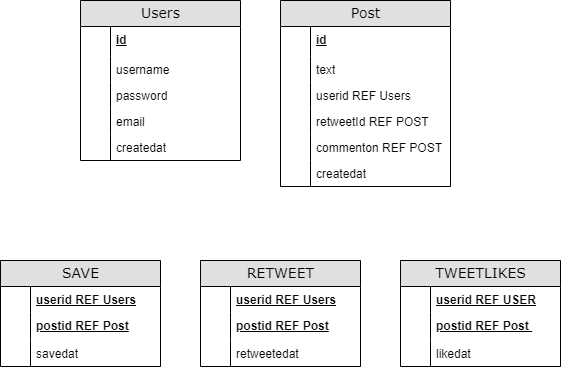
The draw.io diagram assets/Relationenmodell.png in JSiggelkow/Twitter, before a commit. Source tidied: cells renumbered, new cells last; positions are measured from the earlier drawing's top-left corner, leaving out a move shared by most shapes.
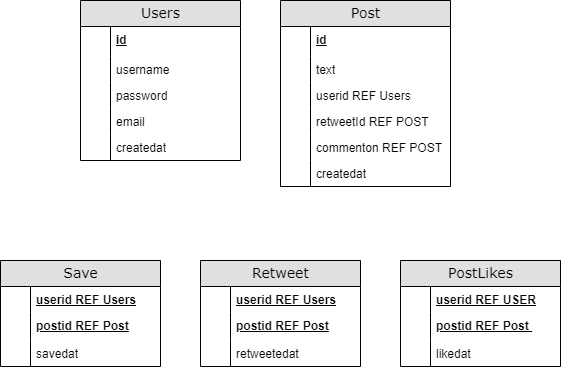
The same file after the commit.

The edit, as a diff of the source:
```diff
@@ -74,7 +74,7 @@
     <mxCell id="25" style="shape=partialRectangle;top=0;left=0;bottom=0;html=1;fillColor=none;align=left;verticalAlign=top;spacingLeft=4;spacingRight=4;whiteSpace=wrap;overflow=hidden;" parent="24" vertex="1">
       <mxGeometry width="30" height="26" as="geometry" />
     </mxCell>
-    <mxCell id="26" value="SAVE" style="swimlane;html=1;fontStyle=0;horizontal=1;startSize=26;fillColor=#e0e0e0;swimlaneFillColor=#ffffff;align=center;rounded=0;shadow=0;comic=0;labelBackgroundColor=none;strokeWidth=1;fontFamily=Verdana;fontSize=14;" parent="1" vertex="1">
+    <mxCell id="26" value="Save" style="swimlane;html=1;fontStyle=0;horizontal=1;startSize=26;fillColor=#e0e0e0;swimlaneFillColor=#ffffff;align=center;rounded=0;shadow=0;comic=0;labelBackgroundColor=none;strokeWidth=1;fontFamily=Verdana;fontSize=14;" parent="1" vertex="1">
       <mxGeometry y="260" width="160" height="106" as="geometry" />
     </mxCell>
     <mxCell id="27" value="&lt;u&gt;&lt;b&gt;userid REF Users&lt;/b&gt;&lt;/u&gt;" style="shape=partialRectangle;top=0;left=0;right=0;bottom=0;html=1;align=left;verticalAlign=top;fillColor=none;spacingLeft=34;spacingRight=4;whiteSpace=wrap;overflow=hidden;" parent="26" vertex="1">
@@ -101,7 +101,7 @@
     <mxCell id="34" style="shape=partialRectangle;top=0;left=0;bottom=0;html=1;fillColor=none;align=left;verticalAlign=top;spacingLeft=4;spacingRight=4;whiteSpace=wrap;overflow=hidden;" parent="33" vertex="1">
       <mxGeometry width="30" height="26" as="geometry" />
     </mxCell>
-    <mxCell id="35" value="RETWEET" style="swimlane;html=1;fontStyle=0;horizontal=1;startSize=26;fillColor=#e0e0e0;swimlaneFillColor=#ffffff;align=center;rounded=0;shadow=0;comic=0;labelBackgroundColor=none;strokeWidth=1;fontFamily=Verdana;fontSize=14;" parent="1" vertex="1">
+    <mxCell id="35" value="Retweet" style="swimlane;html=1;fontStyle=0;horizontal=1;startSize=26;fillColor=#e0e0e0;swimlaneFillColor=#ffffff;align=center;rounded=0;shadow=0;comic=0;labelBackgroundColor=none;strokeWidth=1;fontFamily=Verdana;fontSize=14;" parent="1" vertex="1">
       <mxGeometry x="200" y="260" width="160" height="106" as="geometry" />
     </mxCell>
     <mxCell id="36" value="userid REF Users" style="shape=partialRectangle;top=0;left=0;right=0;bottom=0;html=1;align=left;verticalAlign=top;fillColor=none;spacingLeft=34;spacingRight=4;whiteSpace=wrap;overflow=hidden;fontStyle=5;" parent="35" vertex="1">
@@ -128,7 +128,7 @@
     <mxCell id="43" style="shape=partialRectangle;top=0;left=0;bottom=0;html=1;fillColor=none;align=left;verticalAlign=top;spacingLeft=4;spacingRight=4;whiteSpace=wrap;overflow=hidden;" parent="42" vertex="1">
       <mxGeometry width="30" height="26" as="geometry" />
     </mxCell>
-    <mxCell id="44" value="TWEETLIKES" style="swimlane;html=1;fontStyle=0;horizontal=1;startSize=26;fillColor=#e0e0e0;swimlaneFillColor=#ffffff;align=center;rounded=0;shadow=0;comic=0;labelBackgroundColor=none;strokeWidth=1;fontFamily=Verdana;fontSize=14;" parent="1" vertex="1">
+    <mxCell id="44" value="PostLikes" style="swimlane;html=1;fontStyle=0;horizontal=1;startSize=26;fillColor=#e0e0e0;swimlaneFillColor=#ffffff;align=center;rounded=0;shadow=0;comic=0;labelBackgroundColor=none;strokeWidth=1;fontFamily=Verdana;fontSize=14;" parent="1" vertex="1">
       <mxGeometry x="400" y="260" width="160" height="106" as="geometry" />
     </mxCell>
     <mxCell id="45" value="userid REF USER" style="shape=partialRectangle;top=0;left=0;right=0;bottom=0;html=1;align=left;verticalAlign=top;fillColor=none;spacingLeft=34;spacingRight=4;whiteSpace=wrap;overflow=hidden;fontStyle=5;" parent="44" vertex="1">
```
